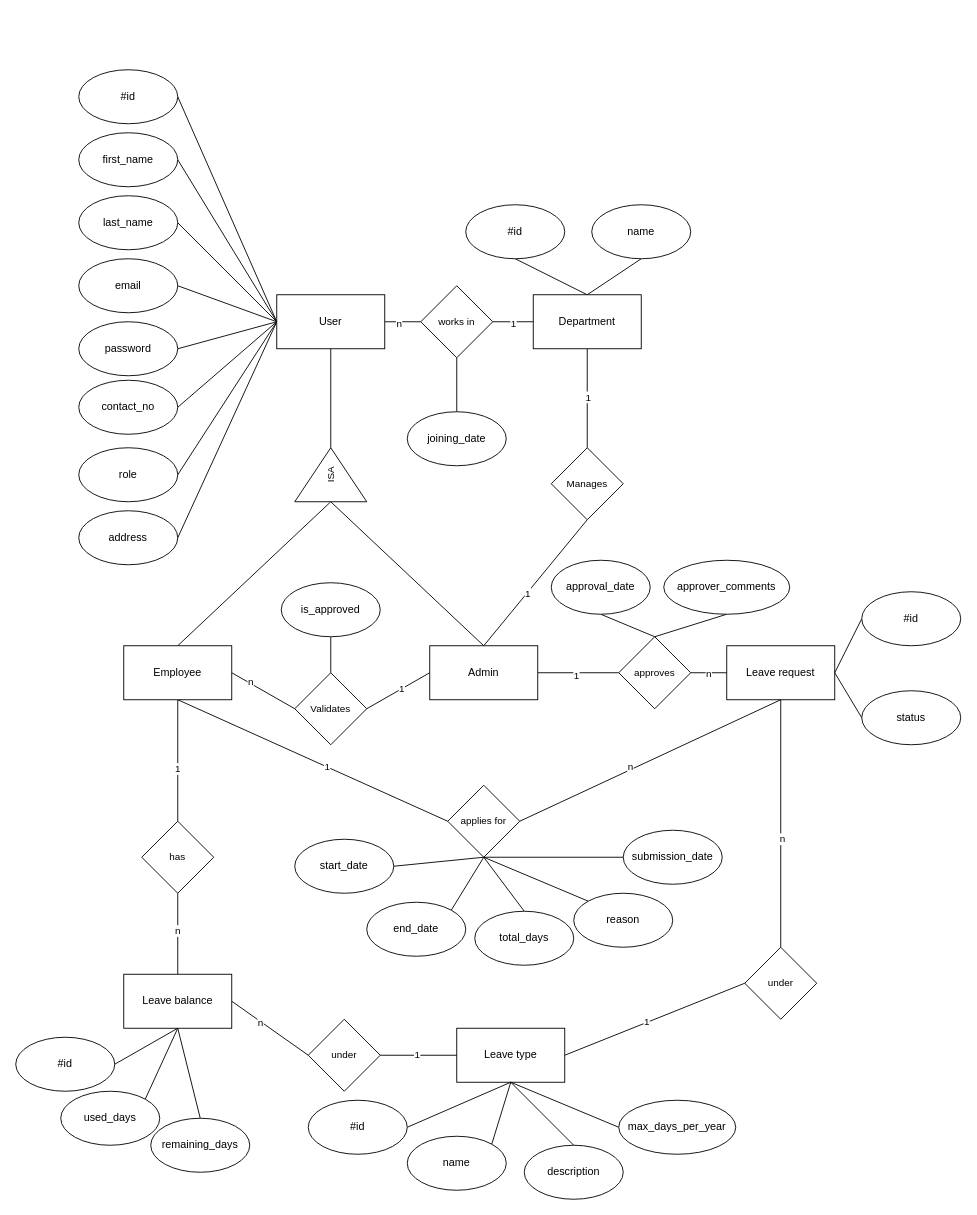
The draw.io diagram software_design_files/ER_diagram/ELMS_ER_Diagram.drawio in arpan-mondal-3000/elms-software, before the edit. Source tidied: cells renumbered, new cells numbered last; positions are measured from the earlier drawing's top-left corner, leaving out a move shared by most shapes. Both pictures are drawn from the tidied source at 90%, with x=0, y=0 at pixel (15, 69).
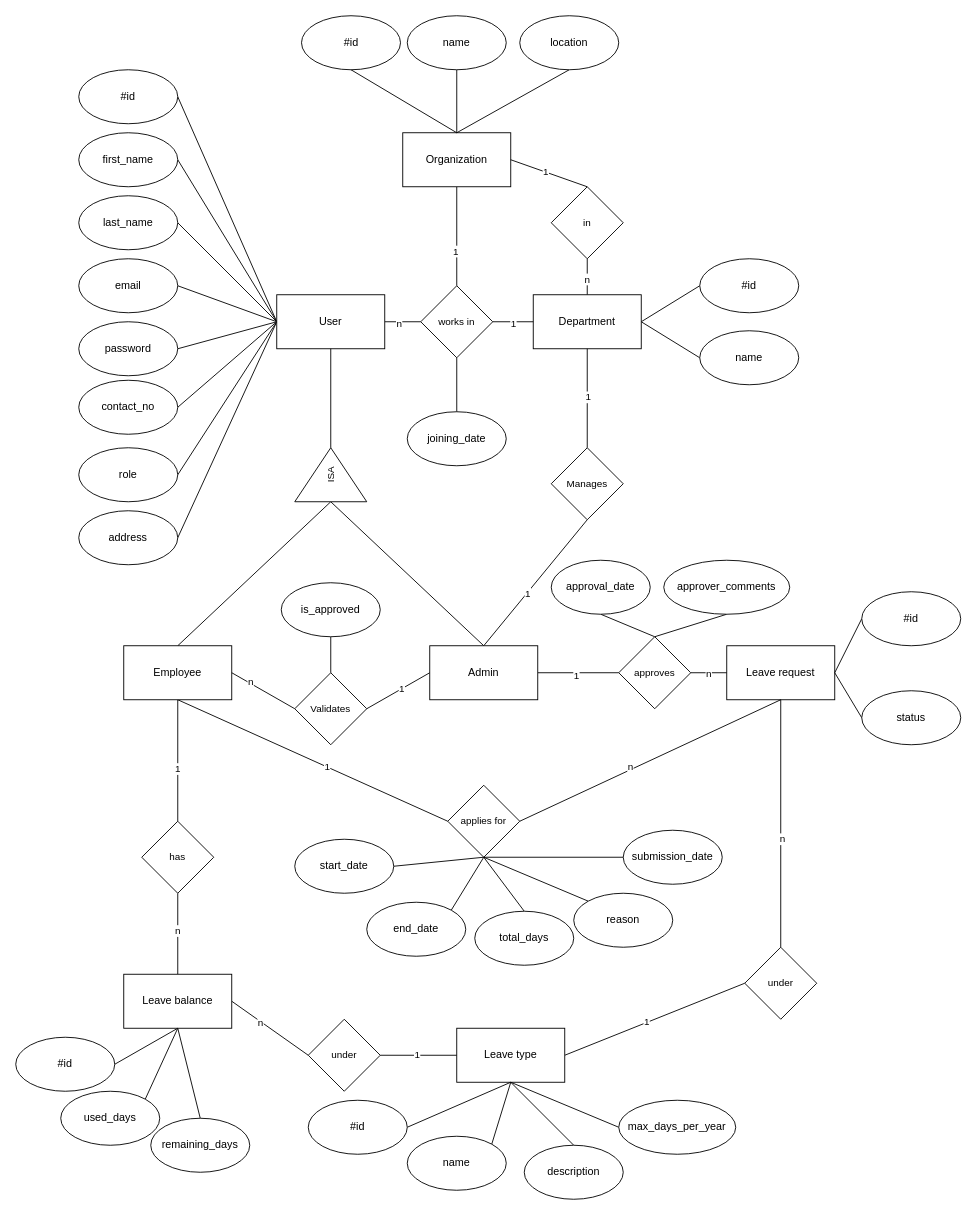
The same page after the edit.

Commit message (it also covers changes not shown here):
erd and relational schema updated

Unchanged cells that the change refers to:
```xml
<mxCell id="44" value="Department" style="rounded=0;whiteSpace=wrap;html=1;" parent="1" vertex="1">
  <mxGeometry x="575" y="250" width="120" height="60" as="geometry" />
</mxCell>
<mxCell id="47" value="works in" style="rhombus;whiteSpace=wrap;html=1;fontFamily=Helvetica;fontSize=11;fontColor=default;labelBackgroundColor=default;" parent="1" vertex="1">
  <mxGeometry x="450" y="240" width="80" height="80" as="geometry" />
</mxCell>
```

What changed in the source:
```diff
@@
-    <mxCell id="42" style="edgeStyle=none;shape=connector;rounded=0;jettySize=auto;html=1;exitX=0.5;exitY=0;exitDx=0;exitDy=0;entryX=0.5;entryY=1;entryDx=0;entryDy=0;strokeColor=default;align=center;verticalAlign=middle;fontFamily=Helvetica;fontSize=11;fontColor=default;labelBackgroundColor=default;endArrow=none;endFill=0;" parent="1" edge="1" source="44" target="53">
+    <mxCell id="42" style="edgeStyle=none;shape=connector;rounded=0;jettySize=auto;html=1;exitX=1;exitY=0.5;exitDx=0;exitDy=0;entryX=0;entryY=0.5;entryDx=0;entryDy=0;strokeColor=default;align=center;verticalAlign=middle;fontFamily=Helvetica;fontSize=11;fontColor=default;labelBackgroundColor=default;endArrow=none;endFill=0;" parent="1" edge="1" source="44" target="53">
       <mxGeometry relative="1" as="geometry" />
     </mxCell>
-    <mxCell id="43" style="edgeStyle=none;shape=connector;rounded=0;jettySize=auto;html=1;exitX=0.5;exitY=0;exitDx=0;exitDy=0;entryX=0.5;entryY=1;entryDx=0;entryDy=0;strokeColor=default;align=center;verticalAlign=middle;fontFamily=Helvetica;fontSize=11;fontColor=default;labelBackgroundColor=default;endArrow=none;endFill=0;" parent="1" edge="1" source="44" target="54">
+    <mxCell id="43" style="edgeStyle=none;shape=connector;rounded=0;jettySize=auto;html=1;exitX=1;exitY=0.5;exitDx=0;exitDy=0;entryX=0;entryY=0.5;entryDx=0;entryDy=0;strokeColor=default;align=center;verticalAlign=middle;fontFamily=Helvetica;fontSize=11;fontColor=default;labelBackgroundColor=default;endArrow=none;endFill=0;" parent="1" edge="1" source="44" target="54">
       <mxGeometry relative="1" as="geometry" />
     </mxCell>
+    <mxCell id="109" style="edgeStyle=none;shape=connector;rounded=0;jettySize=auto;html=1;exitX=0.5;exitY=0;exitDx=0;exitDy=0;entryX=0.5;entryY=1;entryDx=0;entryDy=0;strokeColor=default;align=center;verticalAlign=middle;fontFamily=Helvetica;fontSize=11;fontColor=default;labelBackgroundColor=default;endArrow=none;endFill=0;" parent="1" edge="1" source="44" target="122">
+      <mxGeometry relative="1" as="geometry" />
+    </mxCell>
+    <mxCell id="110" value="n" style="edgeLabel;html=1;align=center;verticalAlign=middle;fontFamily=Helvetica;fontSize=11;fontColor=default;labelBackgroundColor=default;" parent="109" vertex="1">
+      <mxGeometry x="-0.12" y="1" relative="1" as="geometry" />
+    </mxCell>
@@
+    <mxCell id="111" style="rounded=0;jettySize=auto;html=1;exitX=0.5;exitY=0;exitDx=0;exitDy=0;entryX=0.5;entryY=1;entryDx=0;entryDy=0;endArrow=none;endFill=0;" parent="1" edge="1" source="47" target="113">
+      <mxGeometry relative="1" as="geometry" />
+    </mxCell>
+    <mxCell id="112" value="1" style="edgeLabel;html=1;align=center;verticalAlign=middle;fontFamily=Helvetica;fontSize=11;fontColor=default;labelBackgroundColor=default;" parent="111" vertex="1">
+      <mxGeometry x="-0.29" y="2" relative="1" as="geometry" />
+    </mxCell>
@@
     <mxCell id="53" value="#id" style="ellipse;whiteSpace=wrap;html=1;" parent="1" vertex="1">
-      <mxGeometry x="500" y="150" width="110" height="60" as="geometry" />
+      <mxGeometry x="760" y="210" width="110" height="60" as="geometry" />
     </mxCell>
     <mxCell id="54" value="name" style="ellipse;whiteSpace=wrap;html=1;" parent="1" vertex="1">
-      <mxGeometry x="640" y="150" width="110" height="60" as="geometry" />
+      <mxGeometry x="760" y="290" width="110" height="60" as="geometry" />
     </mxCell>
@@
+    <mxCell id="113" value="Organization" style="rounded=0;whiteSpace=wrap;html=1;" parent="1" vertex="1">
+      <mxGeometry x="430" y="70" width="120" height="60" as="geometry" />
+    </mxCell>
+    <mxCell id="114" style="edgeStyle=none;shape=connector;rounded=0;jettySize=auto;html=1;exitX=0.5;exitY=1;exitDx=0;exitDy=0;entryX=0.5;entryY=0;entryDx=0;entryDy=0;strokeColor=default;align=center;verticalAlign=middle;fontFamily=Helvetica;fontSize=11;fontColor=default;labelBackgroundColor=default;endArrow=none;endFill=0;" parent="1" edge="1" source="115" target="113">
+      <mxGeometry relative="1" as="geometry" />
+    </mxCell>
+    <mxCell id="115" value="#id" style="ellipse;whiteSpace=wrap;html=1;" parent="1" vertex="1">
+      <mxGeometry x="317.5" y="-60" width="110" height="60" as="geometry" />
+    </mxCell>
+    <mxCell id="116" style="edgeStyle=none;shape=connector;rounded=0;jettySize=auto;html=1;exitX=0.5;exitY=1;exitDx=0;exitDy=0;entryX=0.5;entryY=0;entryDx=0;entryDy=0;strokeColor=default;align=center;verticalAlign=middle;fontFamily=Helvetica;fontSize=11;fontColor=default;labelBackgroundColor=default;endArrow=none;endFill=0;" parent="1" edge="1" source="117" target="113">
+      <mxGeometry relative="1" as="geometry" />
+    </mxCell>
+    <mxCell id="117" value="name" style="ellipse;whiteSpace=wrap;html=1;" parent="1" vertex="1">
+      <mxGeometry x="435" y="-60" width="110" height="60" as="geometry" />
+    </mxCell>
+    <mxCell id="118" style="edgeStyle=none;shape=connector;rounded=0;jettySize=auto;html=1;exitX=0.5;exitY=1;exitDx=0;exitDy=0;entryX=0.5;entryY=0;entryDx=0;entryDy=0;strokeColor=default;align=center;verticalAlign=middle;fontFamily=Helvetica;fontSize=11;fontColor=default;labelBackgroundColor=default;endArrow=none;endFill=0;" parent="1" edge="1" source="119" target="113">
+      <mxGeometry relative="1" as="geometry" />
+    </mxCell>
+    <mxCell id="119" value="location" style="ellipse;whiteSpace=wrap;html=1;" parent="1" vertex="1">
+      <mxGeometry x="560" y="-60" width="110" height="60" as="geometry" />
+    </mxCell>
+    <mxCell id="120" style="edgeStyle=none;shape=connector;rounded=0;jettySize=auto;html=1;exitX=0.5;exitY=0;exitDx=0;exitDy=0;entryX=1;entryY=0.5;entryDx=0;entryDy=0;strokeColor=default;align=center;verticalAlign=middle;fontFamily=Helvetica;fontSize=11;fontColor=default;labelBackgroundColor=default;endArrow=none;endFill=0;" parent="1" edge="1" source="122" target="113">
+      <mxGeometry relative="1" as="geometry" />
+    </mxCell>
+    <mxCell id="121" value="1" style="edgeLabel;html=1;align=center;verticalAlign=middle;fontFamily=Helvetica;fontSize=11;fontColor=default;labelBackgroundColor=default;" parent="120" vertex="1">
+      <mxGeometry x="0.11" y="-1" relative="1" as="geometry" />
+    </mxCell>
+    <mxCell id="122" value="in" style="rhombus;whiteSpace=wrap;html=1;fontFamily=Helvetica;fontSize=11;fontColor=default;labelBackgroundColor=default;" parent="1" vertex="1">
+      <mxGeometry x="595" y="130" width="80" height="80" as="geometry" />
+    </mxCell>
```
